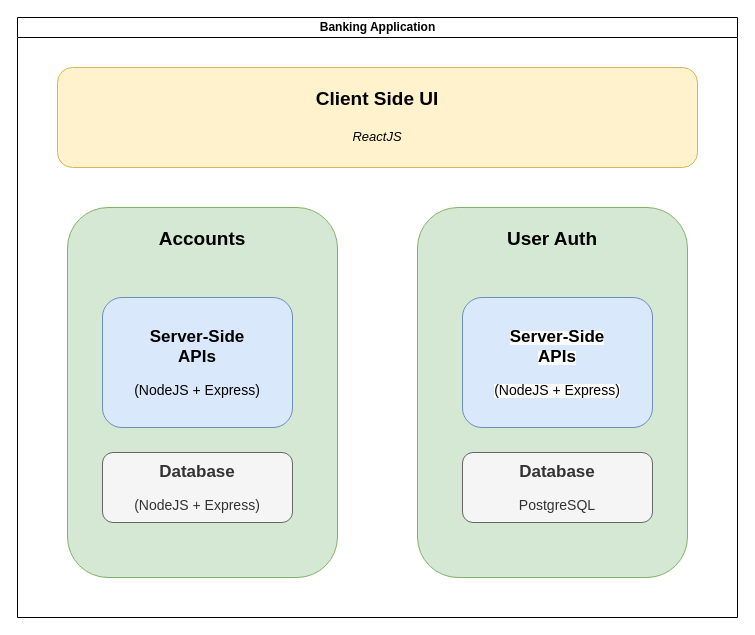
Earlier version of the draw.io diagram BankingApp_Architecture.drawio (doo1y/banking-app). Source tidied: cells renumbered, new cells numbered last; positions are measured from the earlier drawing's top-left corner, leaving out a move shared by most shapes. Both pictures are drawn from the tidied source at 100%, with x=0, y=0 at pixel (17, 17).
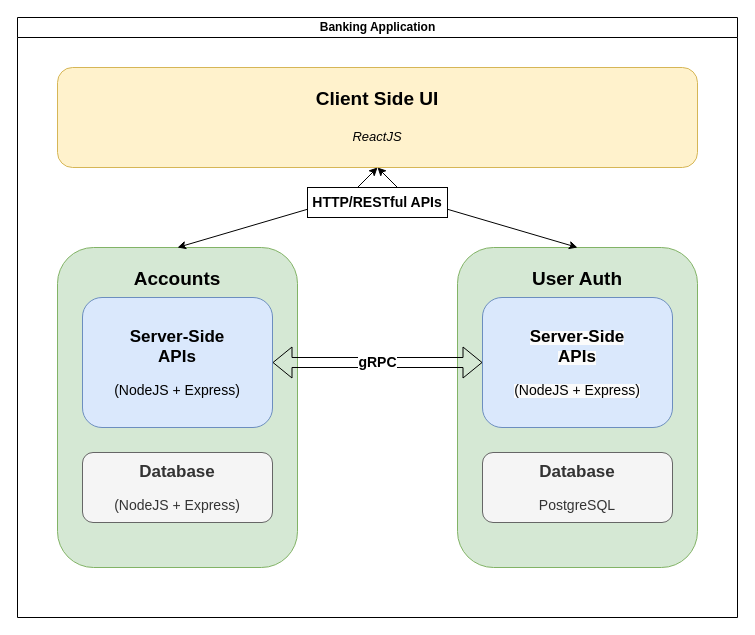
After the change.

What changed in the source:
```diff
@@
 <mxGraphModel>
   <root>
     <mxCell id="0" />
     <mxCell id="1" parent="0" />
     <mxCell id="2" value="Banking Application" style="swimlane;html=1;startSize=20;horizontal=1;containerType=tree;glass=0;strokeWidth=1;verticalAlign=middle;" parent="1" vertex="1">
       <mxGeometry width="720" height="600" as="geometry" />
     </mxCell>
     <mxCell id="3" value="&lt;p style=&quot;line-height: 100%;&quot;&gt;&lt;b style=&quot;&quot;&gt;&lt;font style=&quot;font-size: 19px;&quot;&gt;Client Side UI&lt;/font&gt;&lt;br&gt;&lt;/b&gt;&lt;font style=&quot;font-size: 13px;&quot;&gt;&lt;i&gt;&lt;br&gt;&lt;/i&gt;&lt;/font&gt;&lt;/p&gt;&lt;p style=&quot;line-height: 100%;&quot;&gt;&lt;font style=&quot;font-size: 13px;&quot;&gt;&lt;i&gt;ReactJS&lt;/i&gt;&lt;/font&gt;&lt;/p&gt;" style="rounded=1;whiteSpace=wrap;html=1;fillColor=#fff2cc;strokeColor=#d6b656;" parent="2" vertex="1">
       <mxGeometry x="40" y="50" width="640" height="100" as="geometry" />
     </mxCell>
     <mxCell id="4" value="&lt;font style=&quot;&quot;&gt;&lt;b style=&quot;&quot;&gt;&lt;br&gt;&lt;font style=&quot;font-size: 19px;&quot;&gt;Accounts&lt;/font&gt;&lt;/b&gt;&lt;/font&gt;" style="rounded=1;whiteSpace=wrap;html=1;fillColor=#d5e8d4;strokeColor=#82b366;verticalAlign=top;labelPosition=center;verticalLabelPosition=middle;align=center;" parent="2" vertex="1">
-      <mxGeometry x="50" y="190" width="270" height="370" as="geometry" />
+      <mxGeometry x="40" y="230" width="240" height="320" as="geometry" />
     </mxCell>
     <mxCell id="5" value="&lt;font style=&quot;&quot;&gt;&lt;b style=&quot;&quot;&gt;&lt;br&gt;&lt;font style=&quot;font-size: 19px;&quot;&gt;User Auth&lt;/font&gt;&lt;/b&gt;&lt;/font&gt;" style="rounded=1;whiteSpace=wrap;html=1;fillColor=#d5e8d4;strokeColor=#82b366;verticalAlign=top;" parent="2" vertex="1">
-      <mxGeometry x="400" y="190" width="270" height="370" as="geometry" />
+      <mxGeometry x="440" y="230" width="240" height="320" as="geometry" />
     </mxCell>
     <mxCell id="6" value="&lt;font style=&quot;&quot;&gt;&lt;b&gt;&lt;span style=&quot;font-size: 17px;&quot;&gt;Server-Side &lt;/span&gt;&lt;br&gt;&lt;/b&gt;&lt;span style=&quot;font-size: 17px;&quot;&gt;&lt;b&gt;APIs&lt;/b&gt;&lt;br&gt;&lt;/span&gt;&lt;br&gt;&lt;font style=&quot;font-size: 14px;&quot;&gt;(NodeJS + Express)&lt;/font&gt;&lt;br&gt;&lt;/font&gt;" style="rounded=1;whiteSpace=wrap;html=1;fillColor=#dae8fc;strokeColor=#6c8ebf;" parent="2" vertex="1">
-      <mxGeometry x="85" y="280" width="190" height="130" as="geometry" />
+      <mxGeometry x="65" y="280" width="190" height="130" as="geometry" />
     </mxCell>
     <mxCell id="7" value="&lt;span style=&quot;color: rgb(0, 0, 0); font-family: Helvetica; font-style: normal; font-variant-ligatures: normal; font-variant-caps: normal; letter-spacing: normal; orphans: 2; text-align: center; text-indent: 0px; text-transform: none; widows: 2; word-spacing: 0px; -webkit-text-stroke-width: 0px; background-color: rgb(251, 251, 251); text-decoration-thickness: initial; text-decoration-style: initial; text-decoration-color: initial; float: none; display: inline !important;&quot;&gt;&lt;font style=&quot;&quot;&gt;&lt;b&gt;&lt;span style=&quot;font-size: 17px;&quot;&gt;Server-Side &lt;/span&gt;&lt;br&gt;&lt;/b&gt;&lt;span style=&quot;font-size: 17px;&quot;&gt;&lt;b&gt;APIs&lt;/b&gt;&lt;br&gt;&lt;/span&gt;&lt;br&gt;&lt;font style=&quot;font-weight: 400; font-size: 14px;&quot;&gt;(NodeJS + Express)&lt;/font&gt;&lt;br&gt;&lt;/font&gt;&lt;/span&gt;" style="rounded=1;whiteSpace=wrap;html=1;fillColor=#dae8fc;strokeColor=#6c8ebf;" parent="2" vertex="1">
-      <mxGeometry x="445" y="280" width="190" height="130" as="geometry" />
+      <mxGeometry x="465" y="280" width="190" height="130" as="geometry" />
     </mxCell>
     <mxCell id="8" value="&lt;font style=&quot;&quot;&gt;&lt;span style=&quot;font-size: 17px;&quot;&gt;&lt;b&gt;Database&lt;/b&gt;&lt;br&gt;&lt;/span&gt;&lt;br&gt;&lt;font style=&quot;font-size: 14px;&quot;&gt;(NodeJS + Express)&lt;/font&gt;&lt;br&gt;&lt;/font&gt;" style="rounded=1;whiteSpace=wrap;html=1;fillColor=#f5f5f5;fontColor=#333333;strokeColor=#666666;" parent="2" vertex="1">
-      <mxGeometry x="85" y="435" width="190" height="70" as="geometry" />
+      <mxGeometry x="65" y="435" width="190" height="70" as="geometry" />
     </mxCell>
     <mxCell id="9" value="&lt;font style=&quot;&quot;&gt;&lt;span style=&quot;font-size: 17px;&quot;&gt;&lt;b&gt;Database&lt;/b&gt;&lt;br&gt;&lt;/span&gt;&lt;br&gt;&lt;font style=&quot;font-size: 14px;&quot;&gt;PostgreSQL&lt;/font&gt;&lt;br&gt;&lt;/font&gt;" style="rounded=1;whiteSpace=wrap;html=1;fillColor=#f5f5f5;fontColor=#333333;strokeColor=#666666;" parent="2" vertex="1">
-      <mxGeometry x="445" y="435" width="190" height="70" as="geometry" />
+      <mxGeometry x="465" y="435" width="190" height="70" as="geometry" />
     </mxCell>
+    <mxCell id="10" value="&lt;b&gt;&lt;font style=&quot;font-size: 14px;&quot;&gt;gRPC&lt;/font&gt;&lt;/b&gt;" style="shape=flexArrow;endArrow=classic;startArrow=classic;html=1;rounded=0;entryX=0;entryY=0.5;entryDx=0;entryDy=0;" parent="2" edge="1" source="6" target="7">
+      <mxGeometry relative="1" as="geometry" />
+    </mxCell>
+    <mxCell id="11" style="endArrow=classic;startArrow=classic;html=1;rounded=0;" parent="2" edge="1">
+      <mxGeometry relative="1" as="geometry">
+        <mxPoint x="160" y="230" as="sourcePoint" />
+        <mxPoint x="360" y="150" as="targetPoint" />
+        <Array as="points">
+          <mxPoint x="330" y="180" />
+        </Array>
+      </mxGeometry>
+    </mxCell>
+    <mxCell id="12" style="endArrow=classic;startArrow=classic;html=1;rounded=0;exitX=0.5;exitY=1;exitDx=0;exitDy=0;entryX=0.5;entryY=0;entryDx=0;entryDy=0;" parent="2" edge="1" source="3" target="5">
+      <mxGeometry relative="1" as="geometry">
+        <Array as="points">
+          <mxPoint x="390" y="180" />
+        </Array>
+      </mxGeometry>
+    </mxCell>
+    <mxCell id="13" value="&lt;b&gt;&lt;font style=&quot;font-size: 14px;&quot;&gt;HTTP/RESTful APIs&lt;/font&gt;&lt;/b&gt;" style="rounded=0;whiteSpace=wrap;html=1;" parent="2" vertex="1">
+      <mxGeometry x="290" y="170" width="140" height="30" as="geometry" />
+    </mxCell>
   </root>
 </mxGraphModel>
```
